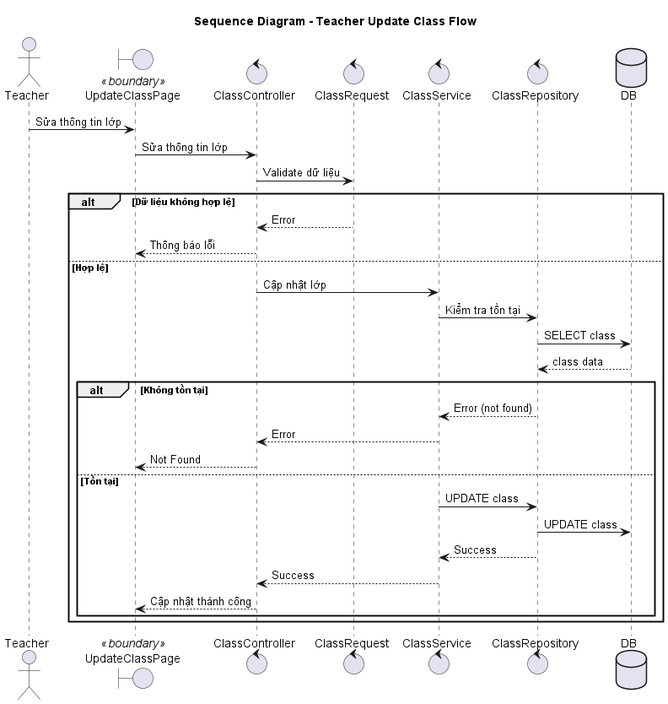
Above: out/sequence/sửa lớp/update_class_sequence.png in Faythpromax/E-Learning (PlantUML), before the change. Source of this version:
```plantuml
@startuml update_class_sequence
title Sequence Diagram - Teacher Update Class Flow

actor Teacher
boundary "UpdateClassPage" as UI <<boundary>>
control ClassController
control ClassRequest
control ClassService
control ClassRepository
database DB

Teacher -> UI: Sửa thông tin lớp
UI -> ClassController: Sửa thông tin lớp

ClassController -> ClassRequest: Validate dữ liệu

alt Dữ liệu không hợp lệ
    ClassRequest --> ClassController: Error
    ClassController --> UI: Thông báo lỗi
else Hợp lệ
    ClassController -> ClassService: Cập nhật lớp

    ClassService -> ClassRepository: Kiểm tra tồn tại
    ClassRepository -> DB: SELECT class
    DB --> ClassRepository: class data

    alt Không tồn tại
        ClassRepository --> ClassService: Error (not found)
        ClassService --> ClassController: Error
        ClassController --> UI: Not Found
    else Tồn tại
        ClassService -> ClassRepository: UPDATE class
        ClassRepository -> DB: UPDATE class

        ClassRepository --> ClassService: Success
        ClassService --> ClassController: Success
        ClassController --> UI: Cập nhật thành công
    end
end

@enduml
```
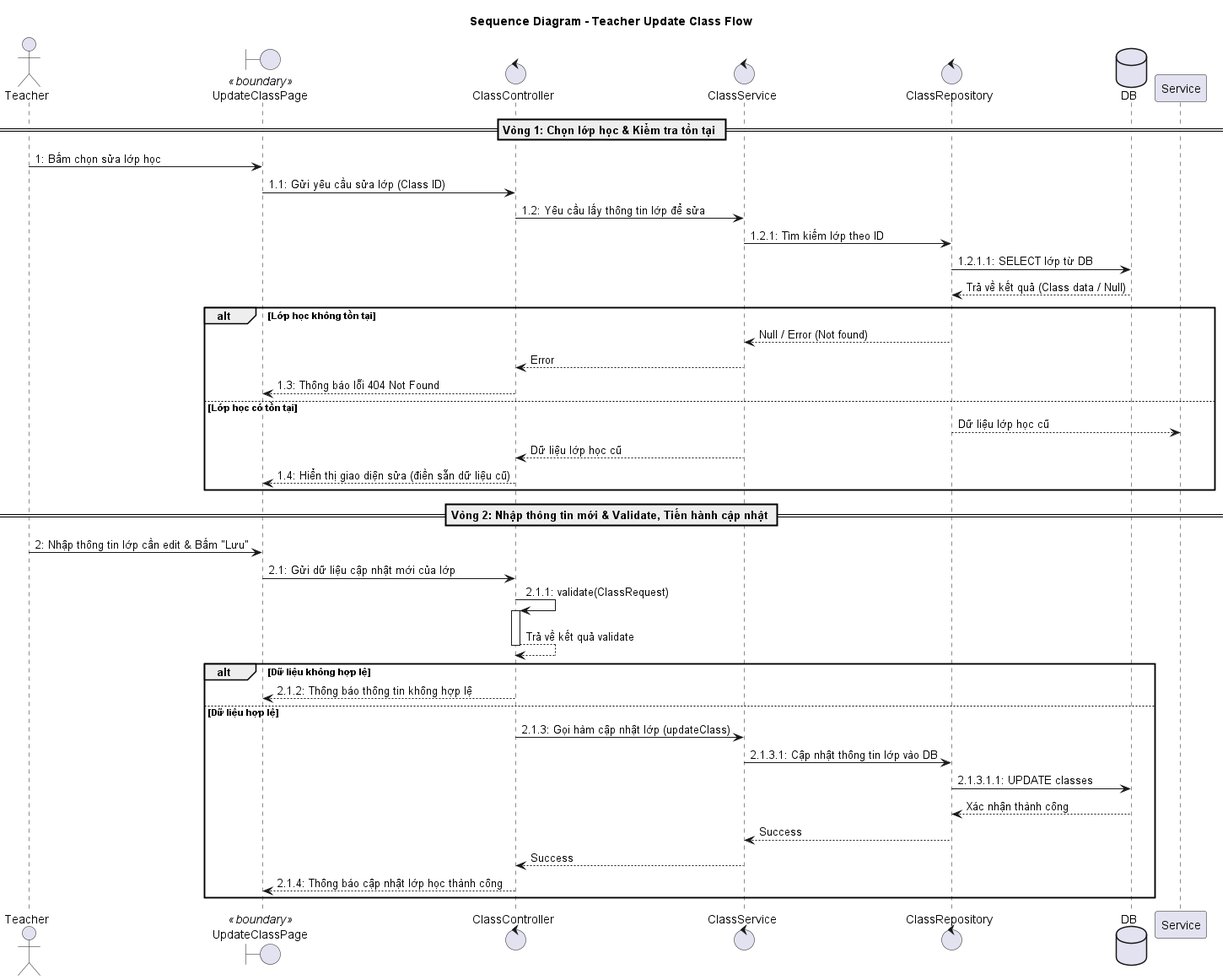
After the change.

What changed in the source:
```diff
@@ -4,38 +4,50 @@
 actor Teacher
 boundary "UpdateClassPage" as UI <<boundary>>
 control ClassController
-control ClassRequest
 control ClassService
 control ClassRepository
 database DB
 
-Teacher -> UI: Sửa thông tin lớp
-UI -> ClassController: Sửa thông tin lớp
+== Vòng 1: Chọn lớp học & Kiểm tra tồn tại ==
 
-ClassController -> ClassRequest: Validate dữ liệu
+Teacher -> UI: 1: Bấm chọn sửa lớp học
+UI -> ClassController: 1.1: Gửi yêu cầu sửa lớp (Class ID)
+
+ClassController -> ClassService: 1.2: Yêu cầu lấy thông tin lớp để sửa
+ClassService -> ClassRepository: 1.2.1: Tìm kiếm lớp theo ID
+ClassRepository -> DB: 1.2.1.1: SELECT lớp từ DB
+DB --> ClassRepository: Trả về kết quả (Class data / Null)
+
+alt Lớp học không tồn tại
+    ClassRepository --> ClassService: Null / Error (Not found)
+    ClassService --> ClassController: Error
+    ClassController --> UI: 1.3: Thông báo lỗi 404 Not Found
+else Lớp học có tồn tại
+    ClassRepository --> Service: Dữ liệu lớp học cũ
+    ClassService --> ClassController: Dữ liệu lớp học cũ
+    ClassController --> UI: 1.4: Hiển thị giao diện sửa (điền sẵn dữ liệu cũ)
+end
+
+== Vòng 2: Nhập thông tin mới & Validate, Tiến hành cập nhật ==
+
+Teacher -> UI: 2: Nhập thông tin lớp cần edit & Bấm "Lưu"
+UI -> ClassController: 2.1: Gửi dữ liệu cập nhật mới của lớp
+
+ClassController -> ClassController++: 2.1.1: validate(ClassRequest)
+ClassController --> ClassController--: Trả về kết quả validate
 
 alt Dữ liệu không hợp lệ
-    ClassRequest --> ClassController: Error
-    ClassController --> UI: Thông báo lỗi
-else Hợp lệ
-    ClassController -> ClassService: Cập nhật lớp
+    ClassController --> UI: 2.1.2: Thông báo thông tin không hợp lệ
+else Dữ liệu hợp lệ
+    ClassController -> ClassService: 2.1.3: Gọi hàm cập nhật lớp (updateClass)
 
-    ClassService -> ClassRepository: Kiểm tra tồn tại
-    ClassRepository -> DB: SELECT class
-    DB --> ClassRepository: class data
+    ClassService -> ClassRepository: 2.1.3.1: Cập nhật thông tin lớp vào DB
+    ClassRepository -> DB: 2.1.3.1.1: UPDATE classes
+    DB --> ClassRepository: Xác nhận thành công
 
-    alt Không tồn tại
-        ClassRepository --> ClassService: Error (not found)
-        ClassService --> ClassController: Error
-        ClassController --> UI: Not Found
-    else Tồn tại
-        ClassService -> ClassRepository: UPDATE class
-        ClassRepository -> DB: UPDATE class
-
-        ClassRepository --> ClassService: Success
-        ClassService --> ClassController: Success
-        ClassController --> UI: Cập nhật thành công
-    end
+    ClassRepository --> ClassService: Success
+    ClassService --> ClassController: Success
+    ClassController --> UI: 2.1.4: Thông báo cập nhật lớp học thành công
 end
 
 @enduml
```
